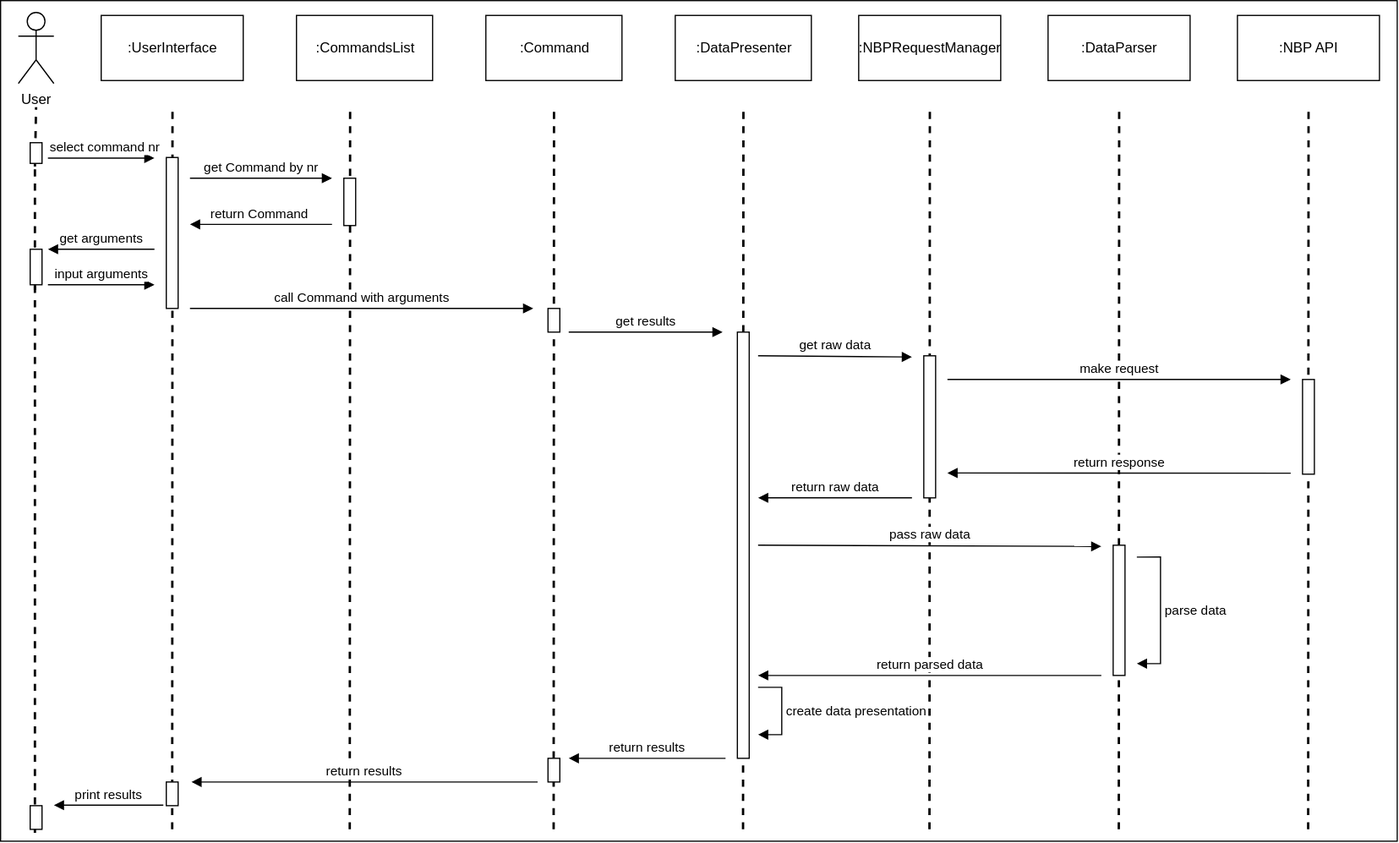
Above: doc/images/runtime_view.svg in IIS-ZPI/ZPI2020_zaoczni_Grupa_1 (draw.io), before the change. Source tidied: cells renumbered, new cells last; positions are measured from the earlier drawing's top-left corner, leaving out a move shared by most shapes.
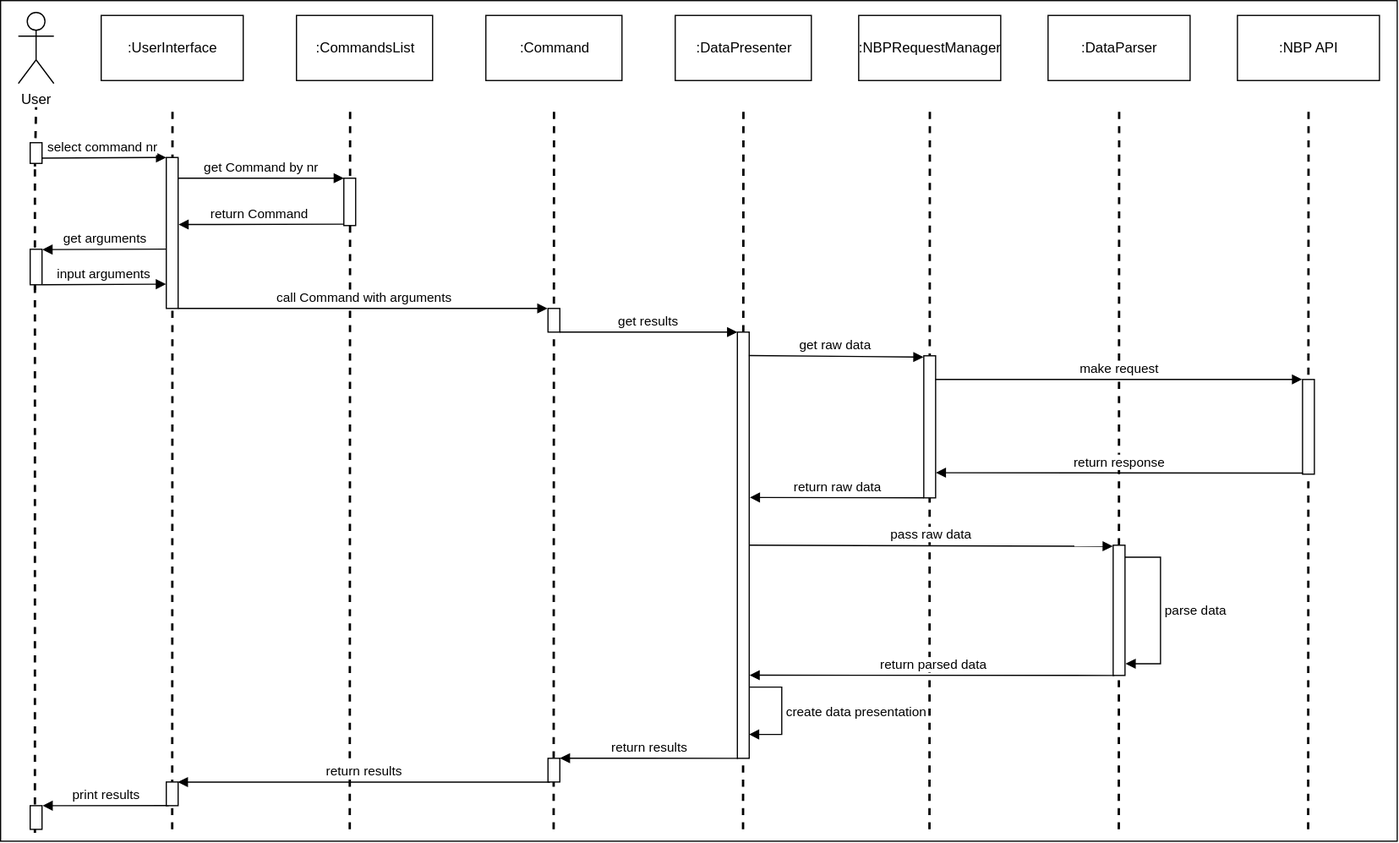
After the change.

Commit message:
Specyfikacja techniczna - rewizja i poprawki

Change to the diagram source:
```diff
@@ -76,11 +76,8 @@
     <mxCell id="18" style="html=1;points=[];perimeter=orthogonalPerimeter;labelBackgroundColor=none;" parent="1" vertex="1">
       <mxGeometry x="140" y="132.5" width="10" height="127.5" as="geometry" />
     </mxCell>
-    <mxCell id="19" style="html=1;verticalAlign=bottom;endArrow=block;" parent="1" edge="1">
-      <mxGeometry relative="1" as="geometry">
-        <mxPoint x="40" y="133" as="sourcePoint" />
-        <mxPoint x="130" y="133" as="targetPoint" />
-      </mxGeometry>
+    <mxCell id="19" style="html=1;verticalAlign=bottom;endArrow=block;exitX=1.01;exitY=0.745;exitDx=0;exitDy=0;exitPerimeter=0;entryX=-0.013;entryY=0;entryDx=0;entryDy=0;entryPerimeter=0;" parent="1" edge="1" source="49" target="18">
+      <mxGeometry relative="1" as="geometry" />
     </mxCell>
     <mxCell id="20" value="select command nr" style="edgeLabel;html=1;align=center;verticalAlign=middle;" parent="19" vertex="1">
       <mxGeometry x="-0.42" y="-5" relative="1" as="geometry">
@@ -90,11 +87,8 @@
     <mxCell id="21" style="html=1;points=[];perimeter=orthogonalPerimeter;labelBackgroundColor=none;" parent="1" vertex="1">
       <mxGeometry x="290" y="150" width="10" height="40" as="geometry" />
     </mxCell>
-    <mxCell id="22" value="get Command by nr" style="html=1;verticalAlign=bottom;endArrow=block;" parent="1" edge="1">
-      <mxGeometry relative="1" as="geometry">
-        <mxPoint x="160" y="150" as="sourcePoint" />
-        <mxPoint x="280" y="150" as="targetPoint" />
-      </mxGeometry>
+    <mxCell id="22" value="get Command by nr" style="html=1;verticalAlign=bottom;endArrow=block;exitX=1.013;exitY=0.137;exitDx=0;exitDy=0;exitPerimeter=0;entryX=0;entryY=0;entryDx=0;entryDy=0;entryPerimeter=0;" parent="1" edge="1" source="18" target="21">
+      <mxGeometry relative="1" as="geometry" />
     </mxCell>
     <mxCell id="23" value=":CommandsList" style="html=1;labelBackgroundColor=none;" parent="1" vertex="1">
       <mxGeometry x="250" y="12.5" width="115" height="55" as="geometry" />
@@ -105,79 +99,51 @@
     <mxCell id="25" style="html=1;points=[];perimeter=orthogonalPerimeter;labelBackgroundColor=none;" parent="1" vertex="1">
       <mxGeometry x="462.5" y="260" width="10" height="20" as="geometry" />
     </mxCell>
-    <mxCell id="26" value="return Command&amp;nbsp;" style="html=1;verticalAlign=bottom;endArrow=block;" parent="1" edge="1">
-      <mxGeometry relative="1" as="geometry">
-        <mxPoint x="280" y="189" as="sourcePoint" />
-        <mxPoint x="160" y="189" as="targetPoint" />
-      </mxGeometry>
+    <mxCell id="26" value="return Command&amp;nbsp;" style="html=1;verticalAlign=bottom;endArrow=block;entryX=1.031;entryY=0.444;entryDx=0;entryDy=0;entryPerimeter=0;exitX=-0.016;exitY=0.971;exitDx=0;exitDy=0;exitPerimeter=0;" parent="1" edge="1" source="21" target="18">
+      <mxGeometry relative="1" as="geometry" />
     </mxCell>
-    <mxCell id="27" value="get arguments" style="html=1;verticalAlign=bottom;endArrow=block;" parent="1" edge="1">
-      <mxGeometry relative="1" as="geometry">
-        <mxPoint x="130" y="210" as="sourcePoint" />
-        <mxPoint x="40" y="210" as="targetPoint" />
-      </mxGeometry>
+    <mxCell id="27" value="get arguments" style="html=1;verticalAlign=bottom;endArrow=block;entryX=1.035;entryY=0.01;entryDx=0;entryDy=0;entryPerimeter=0;exitX=0;exitY=0.607;exitDx=0;exitDy=0;exitPerimeter=0;" parent="1" edge="1" source="18" target="51">
+      <mxGeometry relative="1" as="geometry" />
     </mxCell>
-    <mxCell id="28" value="input arguments" style="html=1;verticalAlign=bottom;endArrow=block;" parent="1" edge="1">
-      <mxGeometry relative="1" as="geometry">
-        <mxPoint x="40" y="240" as="sourcePoint" />
-        <mxPoint x="130" y="240" as="targetPoint" />
-      </mxGeometry>
+    <mxCell id="28" value="input arguments" style="html=1;verticalAlign=bottom;endArrow=block;exitX=1.035;exitY=1;exitDx=0;exitDy=0;exitPerimeter=0;entryX=-0.029;entryY=0.839;entryDx=0;entryDy=0;entryPerimeter=0;" parent="1" edge="1" source="51" target="18">
+      <mxGeometry relative="1" as="geometry" />
     </mxCell>
-    <mxCell id="29" value="call Command with arguments" style="html=1;verticalAlign=bottom;endArrow=block;" parent="1" edge="1">
+    <mxCell id="29" value="call Command with arguments" style="html=1;verticalAlign=bottom;endArrow=block;entryX=-0.049;entryY=-0.001;entryDx=0;entryDy=0;entryPerimeter=0;" parent="1" edge="1" target="25">
       <mxGeometry relative="1" as="geometry">
-        <mxPoint x="160" y="260" as="sourcePoint" />
-        <mxPoint x="450" y="260" as="targetPoint" />
+        <mxPoint x="150" y="260" as="sourcePoint" />
       </mxGeometry>
     </mxCell>
-    <mxCell id="30" value="get results" style="html=1;verticalAlign=bottom;endArrow=block;" parent="1" edge="1">
-      <mxGeometry relative="1" as="geometry">
-        <mxPoint x="480" y="280" as="sourcePoint" />
-        <mxPoint x="610" y="280" as="targetPoint" />
-      </mxGeometry>
+    <mxCell id="30" value="get results" style="html=1;verticalAlign=bottom;endArrow=block;exitX=0.989;exitY=1.001;exitDx=0;exitDy=0;exitPerimeter=0;entryX=-0.01;entryY=0;entryDx=0;entryDy=0;entryPerimeter=0;" parent="1" edge="1" source="25" target="31">
+      <mxGeometry relative="1" as="geometry" />
     </mxCell>
     <mxCell id="31" style="html=1;points=[];perimeter=orthogonalPerimeter;labelBackgroundColor=none;" parent="1" vertex="1">
       <mxGeometry x="622.5" y="280" width="10" height="360" as="geometry" />
     </mxCell>
-    <mxCell id="32" value="get raw data" style="html=1;verticalAlign=bottom;endArrow=block;" parent="1" edge="1">
-      <mxGeometry relative="1" as="geometry">
-        <mxPoint x="640" y="300" as="sourcePoint" />
-        <mxPoint x="770" y="301" as="targetPoint" />
-      </mxGeometry>
+    <mxCell id="32" value="get raw data" style="html=1;verticalAlign=bottom;endArrow=block;exitX=0.964;exitY=0.055;exitDx=0;exitDy=0;exitPerimeter=0;entryX=-0.028;entryY=0.009;entryDx=0;entryDy=0;entryPerimeter=0;" parent="1" edge="1" source="31" target="33">
+      <mxGeometry relative="1" as="geometry" />
     </mxCell>
     <mxCell id="33" style="html=1;points=[];perimeter=orthogonalPerimeter;labelBackgroundColor=none;" parent="1" vertex="1">
       <mxGeometry x="780" y="300" width="10" height="120" as="geometry" />
     </mxCell>
-    <mxCell id="34" value="return raw data" style="html=1;verticalAlign=bottom;endArrow=block;" parent="1" edge="1">
+    <mxCell id="34" value="return raw data" style="html=1;verticalAlign=bottom;endArrow=block;entryX=1.053;entryY=0.388;entryDx=0;entryDy=0;entryPerimeter=0;" parent="1" edge="1" target="31">
       <mxGeometry relative="1" as="geometry">
-        <mxPoint x="770" y="420" as="sourcePoint" />
-        <mxPoint x="640" y="420" as="targetPoint" />
+        <mxPoint x="780" y="420" as="sourcePoint" />
       </mxGeometry>
     </mxCell>
-    <mxCell id="35" value="make request" style="html=1;verticalAlign=bottom;endArrow=block;" parent="1" edge="1">
-      <mxGeometry relative="1" as="geometry">
-        <mxPoint x="800" y="320" as="sourcePoint" />
-        <mxPoint x="1090" y="320" as="targetPoint" />
-      </mxGeometry>
+    <mxCell id="35" value="make request" style="html=1;verticalAlign=bottom;endArrow=block;exitX=0.993;exitY=0.166;exitDx=0;exitDy=0;exitPerimeter=0;entryX=-0.034;entryY=-0.001;entryDx=0;entryDy=0;entryPerimeter=0;" parent="1" edge="1" source="33" target="36">
+      <mxGeometry relative="1" as="geometry" />
     </mxCell>
     <mxCell id="36" style="html=1;points=[];perimeter=orthogonalPerimeter;labelBackgroundColor=none;" parent="1" vertex="1">
       <mxGeometry x="1100" y="320" width="10" height="80" as="geometry" />
     </mxCell>
-    <mxCell id="37" value="return response" style="html=1;verticalAlign=bottom;endArrow=block;" parent="1" edge="1">
-      <mxGeometry relative="1" as="geometry">
-        <mxPoint x="1090" y="399.2" as="sourcePoint" />
-        <mxPoint x="800" y="399" as="targetPoint" />
-      </mxGeometry>
+    <mxCell id="37" value="return response" style="html=1;verticalAlign=bottom;endArrow=block;exitX=0.04;exitY=0.988;exitDx=0;exitDy=0;exitPerimeter=0;entryX=1.016;entryY=0.823;entryDx=0;entryDy=0;entryPerimeter=0;" parent="1" edge="1" source="36" target="33">
+      <mxGeometry relative="1" as="geometry" />
     </mxCell>
-    <mxCell id="38" value="return parsed data" style="html=1;verticalAlign=bottom;endArrow=block;" parent="1" edge="1">
-      <mxGeometry relative="1" as="geometry">
-        <mxPoint x="930" y="570" as="sourcePoint" />
-        <mxPoint x="640" y="570" as="targetPoint" />
-      </mxGeometry>
+    <mxCell id="38" value="return parsed data" style="html=1;verticalAlign=bottom;endArrow=block;exitX=0.101;exitY=1;exitDx=0;exitDy=0;exitPerimeter=0;entryX=1.029;entryY=0.805;entryDx=0;entryDy=0;entryPerimeter=0;" parent="1" edge="1" source="40" target="31">
+      <mxGeometry relative="1" as="geometry" />
     </mxCell>
-    <mxCell id="39" value="parse data" style="edgeStyle=orthogonalEdgeStyle;html=1;align=left;spacingLeft=2;endArrow=block;rounded=0;" parent="1" edge="1">
+    <mxCell id="39" value="parse data" style="edgeStyle=orthogonalEdgeStyle;html=1;align=left;spacingLeft=2;endArrow=block;rounded=0;exitX=1.008;exitY=0.092;exitDx=0;exitDy=0;exitPerimeter=0;entryX=1.047;entryY=0.91;entryDx=0;entryDy=0;entryPerimeter=0;" parent="1" edge="1" source="40" target="40">
       <mxGeometry relative="1" as="geometry">
-        <mxPoint x="960" y="470" as="sourcePoint" />
-        <mxPoint x="960" y="560" as="targetPoint" />
         <Array as="points">
           <mxPoint x="980" y="470" />
           <mxPoint x="980" y="560" />
@@ -187,39 +153,25 @@
     <mxCell id="40" style="html=1;points=[];perimeter=orthogonalPerimeter;labelBackgroundColor=none;" parent="1" vertex="1">
       <mxGeometry x="940" y="460" width="10" height="110" as="geometry" />
     </mxCell>
-    <mxCell id="41" value="pass raw data" style="html=1;verticalAlign=bottom;endArrow=block;" parent="1" edge="1">
-      <mxGeometry relative="1" as="geometry">
-        <mxPoint x="640" y="460" as="sourcePoint" />
-        <mxPoint x="930" y="461" as="targetPoint" />
-      </mxGeometry>
+    <mxCell id="41" value="pass raw data" style="html=1;verticalAlign=bottom;endArrow=block;exitX=1.023;exitY=0.5;exitDx=0;exitDy=0;exitPerimeter=0;entryX=-0.034;entryY=0.008;entryDx=0;entryDy=0;entryPerimeter=0;" parent="1" edge="1" source="31" target="40">
+      <mxGeometry relative="1" as="geometry" />
     </mxCell>
-    <mxCell id="42" value="return results" style="html=1;verticalAlign=bottom;endArrow=block;" parent="1" edge="1">
-      <mxGeometry relative="1" as="geometry">
-        <mxPoint x="612.5" y="640" as="sourcePoint" />
-        <mxPoint x="480" y="640" as="targetPoint" />
-      </mxGeometry>
+    <mxCell id="42" value="return results" style="html=1;verticalAlign=bottom;endArrow=block;exitX=0.048;exitY=1;exitDx=0;exitDy=0;exitPerimeter=0;entryX=1.004;entryY=-0.004;entryDx=0;entryDy=0;entryPerimeter=0;" parent="1" edge="1" source="31" target="46">
+      <mxGeometry relative="1" as="geometry" />
     </mxCell>
-    <mxCell id="43" value="return results" style="html=1;verticalAlign=bottom;endArrow=block;" parent="1" edge="1">
-      <mxGeometry relative="1" as="geometry">
-        <mxPoint x="453.8" y="660" as="sourcePoint" />
-        <mxPoint x="161.2" y="660" as="targetPoint" />
-      </mxGeometry>
+    <mxCell id="43" value="return results" style="html=1;verticalAlign=bottom;endArrow=block;exitX=0.163;exitY=1.003;exitDx=0;exitDy=0;exitPerimeter=0;entryX=0.972;entryY=0.003;entryDx=0;entryDy=0;entryPerimeter=0;" parent="1" edge="1" source="46" target="47">
+      <mxGeometry relative="1" as="geometry" />
     </mxCell>
-    <mxCell id="44" value="create data presentation" style="edgeStyle=orthogonalEdgeStyle;html=1;align=left;spacingLeft=2;endArrow=block;rounded=0;" parent="1" edge="1">
+    <mxCell id="44" value="create data presentation" style="edgeStyle=orthogonalEdgeStyle;html=1;align=left;spacingLeft=2;endArrow=block;rounded=0;exitX=0.985;exitY=0.833;exitDx=0;exitDy=0;exitPerimeter=0;entryX=0.985;entryY=0.944;entryDx=0;entryDy=0;entryPerimeter=0;" parent="1" edge="1" source="31" target="31">
       <mxGeometry relative="1" as="geometry">
-        <mxPoint x="640" y="580" as="sourcePoint" />
-        <mxPoint x="640" y="620" as="targetPoint" />
         <Array as="points">
           <mxPoint x="660" y="580" />
           <mxPoint x="660" y="620" />
         </Array>
       </mxGeometry>
     </mxCell>
-    <mxCell id="45" value="print results" style="html=1;verticalAlign=bottom;endArrow=block;" parent="1" edge="1">
-      <mxGeometry relative="1" as="geometry">
-        <mxPoint x="137.5" y="679.6" as="sourcePoint" />
-        <mxPoint x="45" y="679.6" as="targetPoint" />
-      </mxGeometry>
+    <mxCell id="45" value="print results" style="html=1;verticalAlign=bottom;endArrow=block;exitX=0.206;exitY=0.997;exitDx=0;exitDy=0;exitPerimeter=0;entryX=1.048;entryY=0;entryDx=0;entryDy=0;entryPerimeter=0;" parent="1" edge="1" source="47" target="48">
+      <mxGeometry relative="1" as="geometry" />
     </mxCell>
     <mxCell id="46" style="html=1;points=[];perimeter=orthogonalPerimeter;labelBackgroundColor=none;" parent="1" vertex="1">
       <mxGeometry x="462.5" y="640" width="10" height="20" as="geometry" />
```
